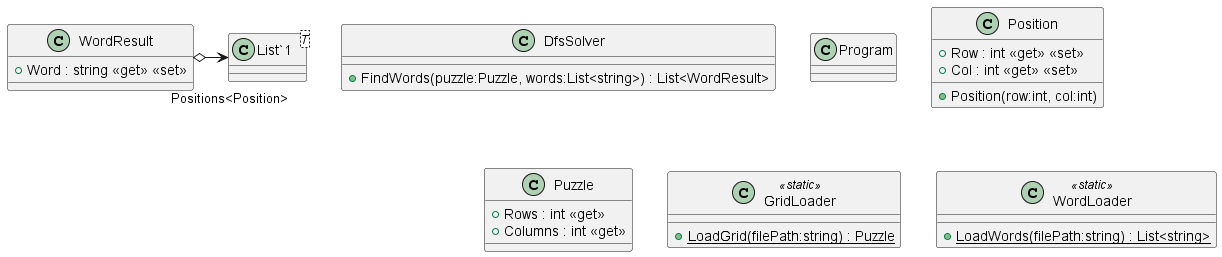
This is class_diagram.png from Alyra07/DFSWordPuzzleSolver, a PlantUML export, as it was before one commit.
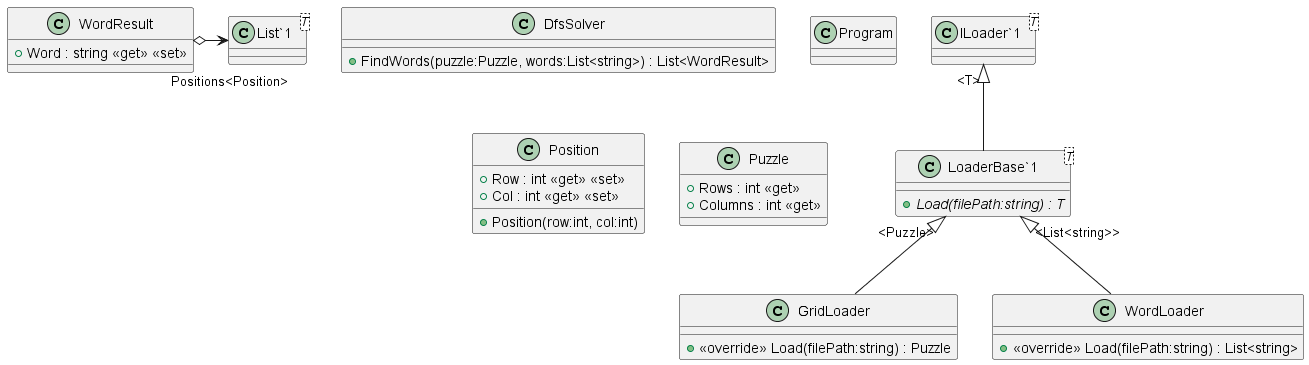
The same file after the commit.

Change to the diagram source:
```diff
@@ -19,10 +19,24 @@
 class "List`1"<T> {
 }
 WordResult o-> "Positions<Position>" "List`1"
-class GridLoader <<static>> {
-    + {static} LoadGrid(filePath:string) : Puzzle
+class GridLoader {
+    + <<override>> Load(filePath:string) : Puzzle
 }
-class WordLoader <<static>> {
-    + {static} LoadWords(filePath:string) : List<string>
+class "LoaderBase`1"<T> {
 }
+"LoaderBase`1" "<Puzzle>" <|-- GridLoader
+interface "ILoader`1"<T> {
+}
+abstract class "LoaderBase`1"<T> {
+    + {abstract} Load(filePath:string) : T
+}
+class "ILoader`1"<T> {
+}
+"ILoader`1" "<T>" <|-- "LoaderBase`1"
+class WordLoader {
+    + <<override>> Load(filePath:string) : List<string>
+}
+class "LoaderBase`1"<T> {
+}
+"LoaderBase`1" "<List<string>>" <|-- WordLoader
 @enduml
```
